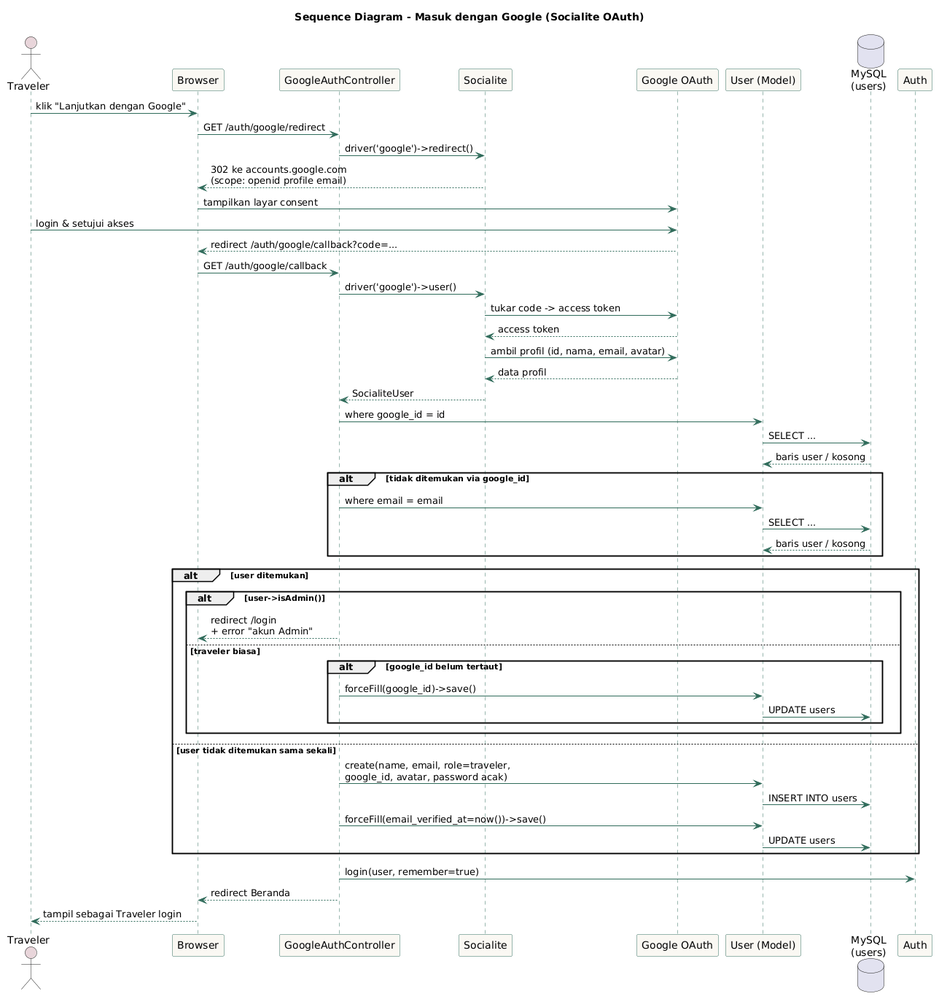
anugrahhhhh/tripplane-jogja-itenary keeps this PlantUML diagram as docs/uml-plantuml/08-sequence-login-google.png. Above is the earlier version. The source it was exported from:
```plantuml
@startuml
title Sequence Diagram - Masuk dengan Google (Socialite OAuth)

skinparam sequence {
  ArrowColor #2F6B5A
  LifeLineBorderColor #2F6B5A
  ParticipantBorderColor #2F6B5A
  ParticipantBackgroundColor #FAF8F3
  ActorBackgroundColor #E8D5DA
}

actor Traveler
participant "Browser" as Browser
participant "GoogleAuthController" as Ctrl
participant "Socialite" as Socialite
participant "Google OAuth" as Google
participant "User (Model)" as UserModel
database "MySQL\n(users)" as DB
participant "Auth" as Auth

Traveler -> Browser : klik "Lanjutkan dengan Google"
Browser -> Ctrl : GET /auth/google/redirect
Ctrl -> Socialite : driver('google')->redirect()
Socialite --> Browser : 302 ke accounts.google.com\n(scope: openid profile email)
Browser -> Google : tampilkan layar consent
Traveler -> Google : login & setujui akses
Google --> Browser : redirect /auth/google/callback?code=...

Browser -> Ctrl : GET /auth/google/callback
Ctrl -> Socialite : driver('google')->user()
Socialite -> Google : tukar code -> access token
Google --> Socialite : access token
Socialite -> Google : ambil profil (id, nama, email, avatar)
Google --> Socialite : data profil
Socialite --> Ctrl : SocialiteUser

Ctrl -> UserModel : where google_id = id
UserModel -> DB : SELECT ...
DB --> UserModel : baris user / kosong

alt tidak ditemukan via google_id
  Ctrl -> UserModel : where email = email
  UserModel -> DB : SELECT ...
  DB --> UserModel : baris user / kosong
end

alt user ditemukan
  alt user->isAdmin()
    Ctrl --> Browser : redirect /login\n+ error "akun Admin"
  else traveler biasa
    alt google_id belum tertaut
      Ctrl -> UserModel : forceFill(google_id)->save()
      UserModel -> DB : UPDATE users
    end
  end
else user tidak ditemukan sama sekali
  Ctrl -> UserModel : create(name, email, role=traveler,\ngoogle_id, avatar, password acak)
  UserModel -> DB : INSERT INTO users
  Ctrl -> UserModel : forceFill(email_verified_at=now())->save()
  UserModel -> DB : UPDATE users
end

Ctrl -> Auth : login(user, remember=true)
Ctrl --> Browser : redirect Beranda
Browser --> Traveler : tampil sebagai Traveler login
@enduml
```
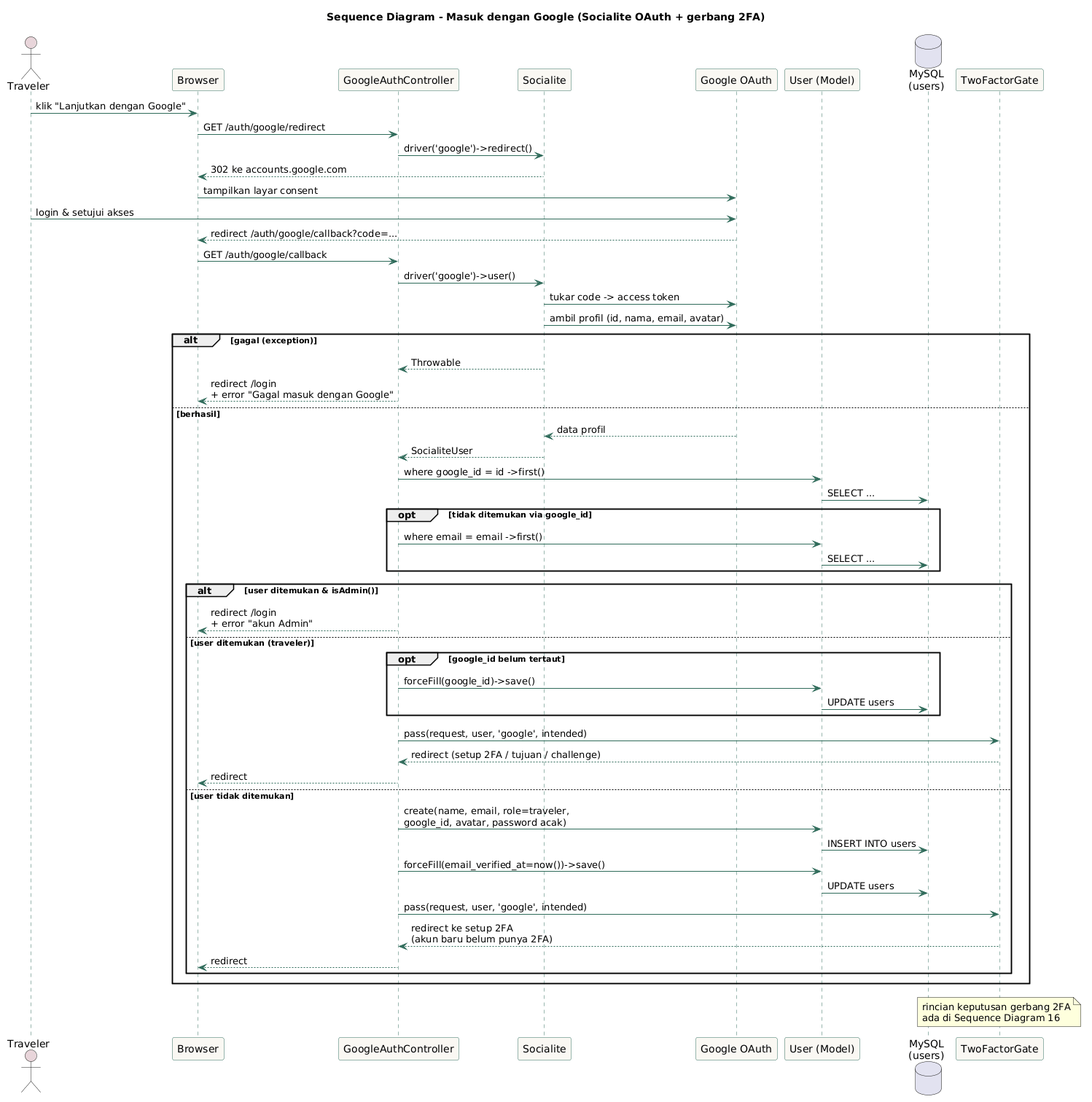
Above is the later version.

Diff of the diagram source:
```diff
@@ -1,5 +1,5 @@
 @startuml
-title Sequence Diagram - Masuk dengan Google (Socialite OAuth)
+title Sequence Diagram - Masuk dengan Google (Socialite OAuth + gerbang 2FA)
 
 skinparam sequence {
   ArrowColor #2F6B5A
@@ -16,12 +16,12 @@
 participant "Google OAuth" as Google
 participant "User (Model)" as UserModel
 database "MySQL\n(users)" as DB
-participant "Auth" as Auth
+participant "TwoFactorGate" as Gate
 
 Traveler -> Browser : klik "Lanjutkan dengan Google"
 Browser -> Ctrl : GET /auth/google/redirect
 Ctrl -> Socialite : driver('google')->redirect()
-Socialite --> Browser : 302 ke accounts.google.com\n(scope: openid profile email)
+Socialite --> Browser : 302 ke accounts.google.com
 Browser -> Google : tampilkan layar consent
 Traveler -> Google : login & setujui akses
 Google --> Browser : redirect /auth/google/callback?code=...
@@ -29,38 +29,42 @@
 Browser -> Ctrl : GET /auth/google/callback
 Ctrl -> Socialite : driver('google')->user()
 Socialite -> Google : tukar code -> access token
-Google --> Socialite : access token
 Socialite -> Google : ambil profil (id, nama, email, avatar)
-Google --> Socialite : data profil
-Socialite --> Ctrl : SocialiteUser
 
-Ctrl -> UserModel : where google_id = id
-UserModel -> DB : SELECT ...
-DB --> UserModel : baris user / kosong
+alt gagal (exception)
+  Socialite --> Ctrl : Throwable
+  Ctrl --> Browser : redirect /login\n+ error "Gagal masuk dengan Google"
+else berhasil
+  Google --> Socialite : data profil
+  Socialite --> Ctrl : SocialiteUser
 
-alt tidak ditemukan via google_id
-  Ctrl -> UserModel : where email = email
+  Ctrl -> UserModel : where google_id = id ->first()
   UserModel -> DB : SELECT ...
-  DB --> UserModel : baris user / kosong
-end
+  opt tidak ditemukan via google_id
+    Ctrl -> UserModel : where email = email ->first()
+    UserModel -> DB : SELECT ...
+  end
 
-alt user ditemukan
-  alt user->isAdmin()
+  alt user ditemukan & isAdmin()
     Ctrl --> Browser : redirect /login\n+ error "akun Admin"
-  else traveler biasa
-    alt google_id belum tertaut
+  else user ditemukan (traveler)
+    opt google_id belum tertaut
       Ctrl -> UserModel : forceFill(google_id)->save()
       UserModel -> DB : UPDATE users
     end
+    Ctrl -> Gate : pass(request, user, 'google', intended)
+    Gate --> Ctrl : redirect (setup 2FA / tujuan / challenge)
+    Ctrl --> Browser : redirect
+  else user tidak ditemukan
+    Ctrl -> UserModel : create(name, email, role=traveler,\ngoogle_id, avatar, password acak)
+    UserModel -> DB : INSERT INTO users
+    Ctrl -> UserModel : forceFill(email_verified_at=now())->save()
+    UserModel -> DB : UPDATE users
+    Ctrl -> Gate : pass(request, user, 'google', intended)
+    Gate --> Ctrl : redirect ke setup 2FA\n(akun baru belum punya 2FA)
+    Ctrl --> Browser : redirect
   end
-else user tidak ditemukan sama sekali
-  Ctrl -> UserModel : create(name, email, role=traveler,\ngoogle_id, avatar, password acak)
-  UserModel -> DB : INSERT INTO users
-  Ctrl -> UserModel : forceFill(email_verified_at=now())->save()
-  UserModel -> DB : UPDATE users
 end
 
-Ctrl -> Auth : login(user, remember=true)
-Ctrl --> Browser : redirect Beranda
-Browser --> Traveler : tampil sebagai Traveler login
+note over Gate : rincian keputusan gerbang 2FA\nada di Sequence Diagram 16
 @enduml
```
